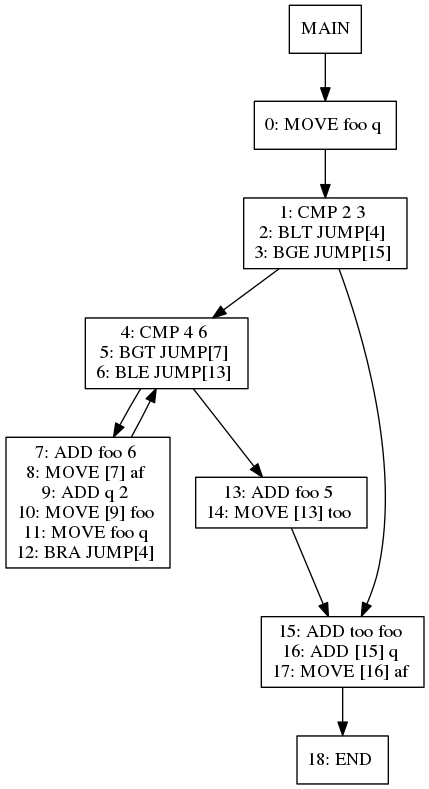
The Graphviz diagram viz/test029.dot.png in jiahanwang/PL241-Compiler, before a commit. Its source is kept beside it as viz/test029.dot.
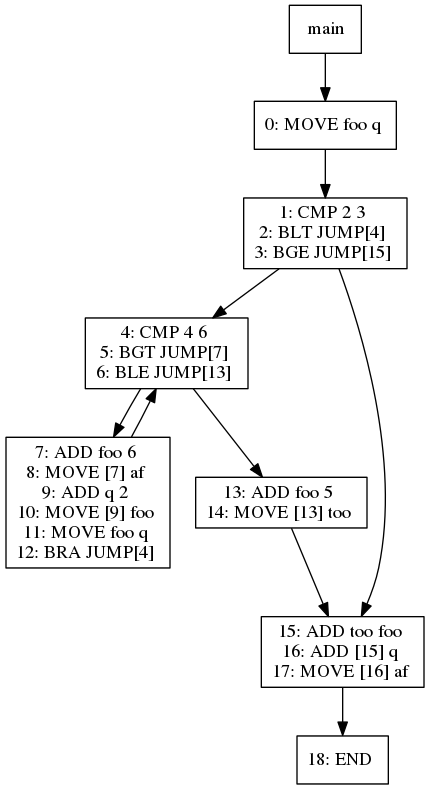
Above is the later version.

The edit, as a diff of the source:
```diff
@@ -1,39 +1,39 @@
 digraph test029 {
 node [shape=box]
-1[label="MAIN"]
-1 -> 3
-3[label="0: MOVE foo q
+519[label="main"]
+519 -> 521
+521[label="0: MOVE foo q
 "]
-3 -> 4
-4[label="1: CMP 2 3
+521 -> 522
+522[label="1: CMP 2 3
 2: BLT JUMP[4]
 3: BGE JUMP[15]
 "]
-4 -> 6
-6[label="4: CMP 4 6
+522 -> 524
+524[label="4: CMP 4 6
 5: BGT JUMP[7]
 6: BLE JUMP[13]
 "]
-6 -> 8
-8[label="7: ADD foo 6
+524 -> 526
+526[label="7: ADD foo 6
 8: MOVE [7] af
 9: ADD q 2
 10: MOVE [9] foo
 11: MOVE foo q
 12: BRA JUMP[4]
 "]
-8 -> 6
-6 -> 7
-7[label="13: ADD foo 5
+526 -> 524
+524 -> 525
+525[label="13: ADD foo 5
 14: MOVE [13] too
 "]
-7 -> 5
-5[label="15: ADD too foo
+525 -> 523
+523[label="15: ADD too foo
 16: ADD [15] q
 17: MOVE [16] af
 "]
-5 -> 13
-13[label="18: END
+523 -> 531
+531[label="18: END
 "]
-4 -> 5
+522 -> 523
 }
```
